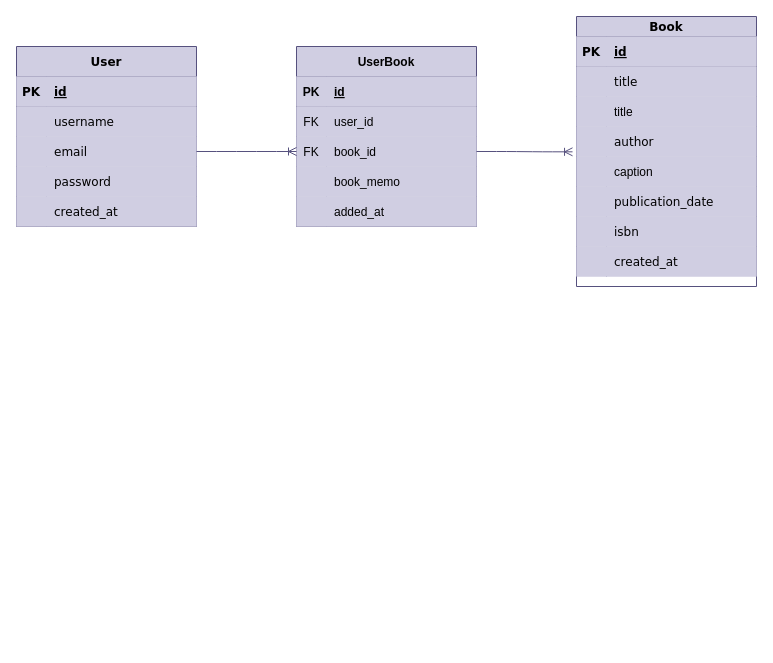
The draw.io diagram docs/lotta_ER.drawio in ctake099/lotta-backend, before the edit. Source tidied: cells renumbered, new cells numbered last; positions are measured from the earlier drawing's top-left corner, leaving out a move shared by most shapes. Both pictures are drawn from the tidied source at 100%, with x=0, y=0 at pixel (16, 16).
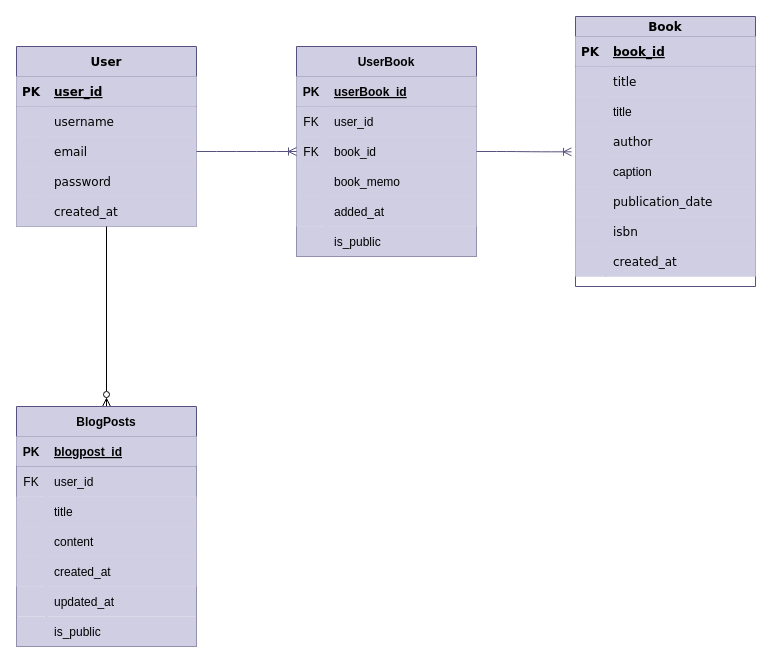
The same page after the edit.

The change refers to these unchanged cells:
```xml
<mxCell id="2" value="User" style="shape=table;startSize=30;childLayout=tableLayout;rowLines=0;fontStyle=1;align=center;fontFamily=Verdana;fillColor=#d0cee2;strokeColor=#56517e;fontColor=#000000;" parent="1" vertex="1">
  <mxGeometry y="30" width="180" height="180" as="geometry" />
</mxCell>
<mxCell id="3" style="shape=tableRow;horizontal=0;startSize=0;swimlaneHead=0;swimlaneBody=0;fillColor=#d0cee2;top=0;left=0;right=0;bottom=1;fontFamily=Verdana;strokeColor=#56517e;fontColor=#000000;" parent="2" vertex="1">
  <mxGeometry y="30" width="180" height="30" as="geometry" />
</mxCell>
<mxCell id="19" style="shape=tableRow;horizontal=0;startSize=0;swimlaneHead=0;swimlaneBody=0;fillColor=#d0cee2;top=0;left=0;right=0;bottom=1;fontFamily=Verdana;strokeColor=#56517e;fontColor=#000000;" parent="18" vertex="1">
  <mxGeometry y="20" width="180" height="30" as="geometry" />
</mxCell>
<mxCell id="44" style="shape=tableRow;horizontal=0;startSize=0;swimlaneHead=0;swimlaneBody=0;fillColor=#d0cee2;top=0;left=0;right=0;bottom=1;strokeColor=#56517e;fontColor=#000000;" parent="43" vertex="1">
  <mxGeometry y="30" width="180" height="30" as="geometry" />
</mxCell>
```

What changed in the source:
```diff
@@
-    <mxCell id="5" value="id" style="shape=partialRectangle;fillColor=#d0cee2;top=0;left=0;bottom=0;right=0;align=left;spacingLeft=6;fontStyle=5;overflow=hidden;fontFamily=Verdana;strokeColor=#56517e;fontColor=#000000;" parent="3" vertex="1">
+    <mxCell id="5" value="user_id" style="shape=partialRectangle;fillColor=#d0cee2;top=0;left=0;bottom=0;right=0;align=left;spacingLeft=6;fontStyle=5;overflow=hidden;fontFamily=Verdana;strokeColor=#56517e;fontColor=#000000;" parent="3" vertex="1">
       <mxGeometry x="30" width="150" height="30" as="geometry" />
     </mxCell>
@@
     <mxCell id="18" value="Book" style="shape=table;startSize=20;childLayout=tableLayout;rowLines=0;fontStyle=1;align=center;fontFamily=Verdana;fillStyle=auto;swimlaneFillColor=default;fillColor=#d0cee2;strokeColor=#56517e;fontColor=#000000;" parent="1" vertex="1">
-      <mxGeometry x="560" width="180" height="270" as="geometry" />
+      <mxGeometry x="559" width="180" height="270" as="geometry" />
     </mxCell>
@@
-    <mxCell id="21" value="id" style="shape=partialRectangle;fillColor=#d0cee2;top=0;left=0;bottom=0;right=0;align=left;spacingLeft=6;fontStyle=5;overflow=hidden;fontFamily=Verdana;strokeColor=#56517e;fontColor=#000000;" parent="19" vertex="1">
+    <mxCell id="21" value="book_id" style="shape=partialRectangle;fillColor=#d0cee2;top=0;left=0;bottom=0;right=0;align=left;spacingLeft=6;fontStyle=5;overflow=hidden;fontFamily=Verdana;strokeColor=#56517e;fontColor=#000000;" parent="19" vertex="1">
       <mxGeometry x="30" width="150" height="30" as="geometry" />
     </mxCell>
@@
     <mxCell id="43" value="UserBook" style="shape=table;startSize=30;childLayout=tableLayout;rowLines=0;fontStyle=1;align=center;fillColor=#d0cee2;fillStyle=auto;strokeColor=#56517e;fontColor=#000000;" parent="1" vertex="1">
-      <mxGeometry x="280" y="30" width="180" height="180" as="geometry" />
+      <mxGeometry x="280" y="30" width="180" height="210" as="geometry" />
     </mxCell>
@@
-    <mxCell id="46" value="id" style="shape=partialRectangle;fillColor=#d0cee2;top=0;left=0;bottom=0;right=0;align=left;spacingLeft=6;fontStyle=5;overflow=hidden;strokeColor=#56517e;fontColor=#000000;" parent="44" vertex="1">
+    <mxCell id="46" value="userBook_id" style="shape=partialRectangle;fillColor=#d0cee2;top=0;left=0;bottom=0;right=0;align=left;spacingLeft=6;fontStyle=5;overflow=hidden;strokeColor=#56517e;fontColor=#000000;" parent="44" vertex="1">
       <mxGeometry x="30" width="150" height="30" as="geometry" />
     </mxCell>
@@
+    <mxCell id="61" style="shape=tableRow;horizontal=0;startSize=0;swimlaneHead=0;swimlaneBody=0;fillColor=#d0cee2;top=0;left=0;right=0;bottom=0;strokeColor=#56517e;" parent="43" vertex="1">
+      <mxGeometry y="180" width="180" height="30" as="geometry" />
+    </mxCell>
+    <mxCell id="62" style="shape=partialRectangle;fillColor=none;top=0;left=0;bottom=0;right=0;overflow=hidden;fontColor=#000000;" parent="61" vertex="1">
+      <mxGeometry width="30" height="30" as="geometry" />
+    </mxCell>
+    <mxCell id="63" value="is_public" style="shape=partialRectangle;fillColor=none;top=0;left=0;bottom=0;right=0;align=left;spacingLeft=6;overflow=hidden;fontColor=#000000;" parent="61" vertex="1">
+      <mxGeometry x="30" width="150" height="30" as="geometry" />
+    </mxCell>
@@
+    <mxCell id="64" style="edgeStyle=none;html=1;exitX=0.5;exitY=0;exitDx=0;exitDy=0;entryX=0.5;entryY=1;entryDx=0;entryDy=0;fontColor=#000000;startArrow=ERzeroToMany;startFill=0;endArrow=none;endFill=0;" parent="1" edge="1" source="65" target="2">
+      <mxGeometry relative="1" as="geometry" />
+    </mxCell>
+    <mxCell id="65" value="BlogPosts" style="shape=table;startSize=30;childLayout=tableLayout;rowLines=0;fontStyle=1;align=center;fillColor=#d0cee2;strokeColor=#56517e;fontColor=#000000;" parent="1" vertex="1">
+      <mxGeometry y="390" width="180" height="240" as="geometry" />
+    </mxCell>
+    <mxCell id="66" style="shape=tableRow;horizontal=0;startSize=0;swimlaneHead=0;swimlaneBody=0;fillColor=#d0cee2;top=0;left=0;right=0;bottom=1;strokeColor=#56517e;fontColor=#000000;" parent="65" vertex="1">
+      <mxGeometry y="30" width="180" height="30" as="geometry" />
+    </mxCell>
+    <mxCell id="67" value="PK" style="shape=partialRectangle;fillColor=#d0cee2;top=0;left=0;bottom=0;right=0;fontStyle=1;overflow=hidden;strokeColor=#56517e;fontColor=#000000;" parent="66" vertex="1">
+      <mxGeometry width="30" height="30" as="geometry" />
+    </mxCell>
+    <mxCell id="68" value="blogpost_id" style="shape=partialRectangle;fillColor=#d0cee2;top=0;left=0;bottom=0;right=0;align=left;spacingLeft=6;fontStyle=5;overflow=hidden;strokeColor=#56517e;fontColor=#000000;" parent="66" vertex="1">
+      <mxGeometry x="30" width="150" height="30" as="geometry" />
+    </mxCell>
+    <mxCell id="69" style="shape=tableRow;horizontal=0;startSize=0;swimlaneHead=0;swimlaneBody=0;fillColor=#d0cee2;top=0;left=0;right=0;bottom=0;strokeColor=#56517e;" parent="65" vertex="1">
+      <mxGeometry y="60" width="180" height="30" as="geometry" />
+    </mxCell>
+    <mxCell id="70" value="FK" style="shape=partialRectangle;fillColor=none;top=0;left=0;bottom=0;right=0;fontStyle=0;overflow=hidden;fontColor=#000000;" parent="69" vertex="1">
+      <mxGeometry width="30" height="30" as="geometry" />
+    </mxCell>
+    <mxCell id="71" value="user_id" style="shape=partialRectangle;fillColor=none;top=0;left=0;bottom=0;right=0;align=left;spacingLeft=6;fontStyle=0;overflow=hidden;fontColor=#000000;" parent="69" vertex="1">
+      <mxGeometry x="30" width="150" height="30" as="geometry" />
+    </mxCell>
+    <mxCell id="72" style="shape=tableRow;horizontal=0;startSize=0;swimlaneHead=0;swimlaneBody=0;fillColor=#d0cee2;top=0;left=0;right=0;bottom=0;strokeColor=#56517e;fontColor=#000000;" parent="65" vertex="1">
+      <mxGeometry y="90" width="180" height="30" as="geometry" />
+    </mxCell>
+    <mxCell id="73" style="shape=partialRectangle;fillColor=#d0cee2;top=0;left=0;bottom=0;right=0;overflow=hidden;strokeColor=#56517e;fontColor=#000000;" parent="72" vertex="1">
+      <mxGeometry width="30" height="30" as="geometry" />
+    </mxCell>
+    <mxCell id="74" value="title" style="shape=partialRectangle;fillColor=#d0cee2;top=0;left=0;bottom=0;right=0;align=left;spacingLeft=6;overflow=hidden;strokeColor=#56517e;fontColor=#000000;" parent="72" vertex="1">
+      <mxGeometry x="30" width="150" height="30" as="geometry" />
+    </mxCell>
+    <mxCell id="75" style="shape=tableRow;horizontal=0;startSize=0;swimlaneHead=0;swimlaneBody=0;fillColor=#d0cee2;top=0;left=0;right=0;bottom=0;strokeColor=#56517e;fontColor=#000000;" parent="65" vertex="1">
+      <mxGeometry y="120" width="180" height="30" as="geometry" />
+    </mxCell>
+    <mxCell id="76" style="shape=partialRectangle;fillColor=#d0cee2;top=0;left=0;bottom=0;right=0;overflow=hidden;strokeColor=#56517e;fontColor=#000000;" parent="75" vertex="1">
+      <mxGeometry width="30" height="30" as="geometry" />
+    </mxCell>
+    <mxCell id="77" value="content" style="shape=partialRectangle;fillColor=#d0cee2;top=0;left=0;bottom=0;right=0;align=left;spacingLeft=6;overflow=hidden;strokeColor=#56517e;fontColor=#000000;" parent="75" vertex="1">
+      <mxGeometry x="30" width="150" height="30" as="geometry" />
+    </mxCell>
+    <mxCell id="78" style="shape=tableRow;horizontal=0;startSize=0;swimlaneHead=0;swimlaneBody=0;fillColor=#d0cee2;top=0;left=0;right=0;bottom=0;strokeColor=#56517e;fontColor=#000000;" parent="65" vertex="1">
+      <mxGeometry y="150" width="180" height="30" as="geometry" />
+    </mxCell>
+    <mxCell id="79" style="shape=partialRectangle;fillColor=#d0cee2;top=0;left=0;bottom=0;right=0;overflow=hidden;strokeColor=#56517e;fontColor=#000000;" parent="78" vertex="1">
+      <mxGeometry width="30" height="30" as="geometry" />
+    </mxCell>
+    <mxCell id="80" value="created_at" style="shape=partialRectangle;fillColor=#d0cee2;top=0;left=0;bottom=0;right=0;align=left;spacingLeft=6;overflow=hidden;strokeColor=#56517e;fontColor=#000000;" parent="78" vertex="1">
+      <mxGeometry x="30" width="150" height="30" as="geometry" />
+    </mxCell>
+    <mxCell id="81" style="shape=tableRow;horizontal=0;startSize=0;swimlaneHead=0;swimlaneBody=0;fillColor=#d0cee2;top=0;left=0;right=0;bottom=0;strokeColor=#56517e;" parent="65" vertex="1">
+      <mxGeometry y="180" width="180" height="30" as="geometry" />
+    </mxCell>
+    <mxCell id="82" style="shape=partialRectangle;fillColor=none;top=0;left=0;bottom=0;right=0;overflow=hidden;fontColor=#000000;" parent="81" vertex="1">
+      <mxGeometry width="30" height="30" as="geometry" />
+    </mxCell>
+    <mxCell id="83" value="updated_at" style="shape=partialRectangle;fillColor=none;top=0;left=0;bottom=0;right=0;align=left;spacingLeft=6;overflow=hidden;fontColor=#000000;" parent="81" vertex="1">
+      <mxGeometry x="30" width="150" height="30" as="geometry" />
+    </mxCell>
+    <mxCell id="84" style="shape=tableRow;horizontal=0;startSize=0;swimlaneHead=0;swimlaneBody=0;fillColor=#d0cee2;top=0;left=0;right=0;bottom=0;strokeColor=#56517e;" parent="65" vertex="1">
+      <mxGeometry y="210" width="180" height="30" as="geometry" />
+    </mxCell>
+    <mxCell id="85" style="shape=partialRectangle;fillColor=none;top=0;left=0;bottom=0;right=0;overflow=hidden;fontColor=#000000;" parent="84" vertex="1">
+      <mxGeometry width="30" height="30" as="geometry" />
+    </mxCell>
+    <mxCell id="86" value="is_public" style="shape=partialRectangle;fillColor=none;top=0;left=0;bottom=0;right=0;align=left;spacingLeft=6;overflow=hidden;fontColor=#000000;" parent="84" vertex="1">
+      <mxGeometry x="30" width="150" height="30" as="geometry" />
+    </mxCell>
```
